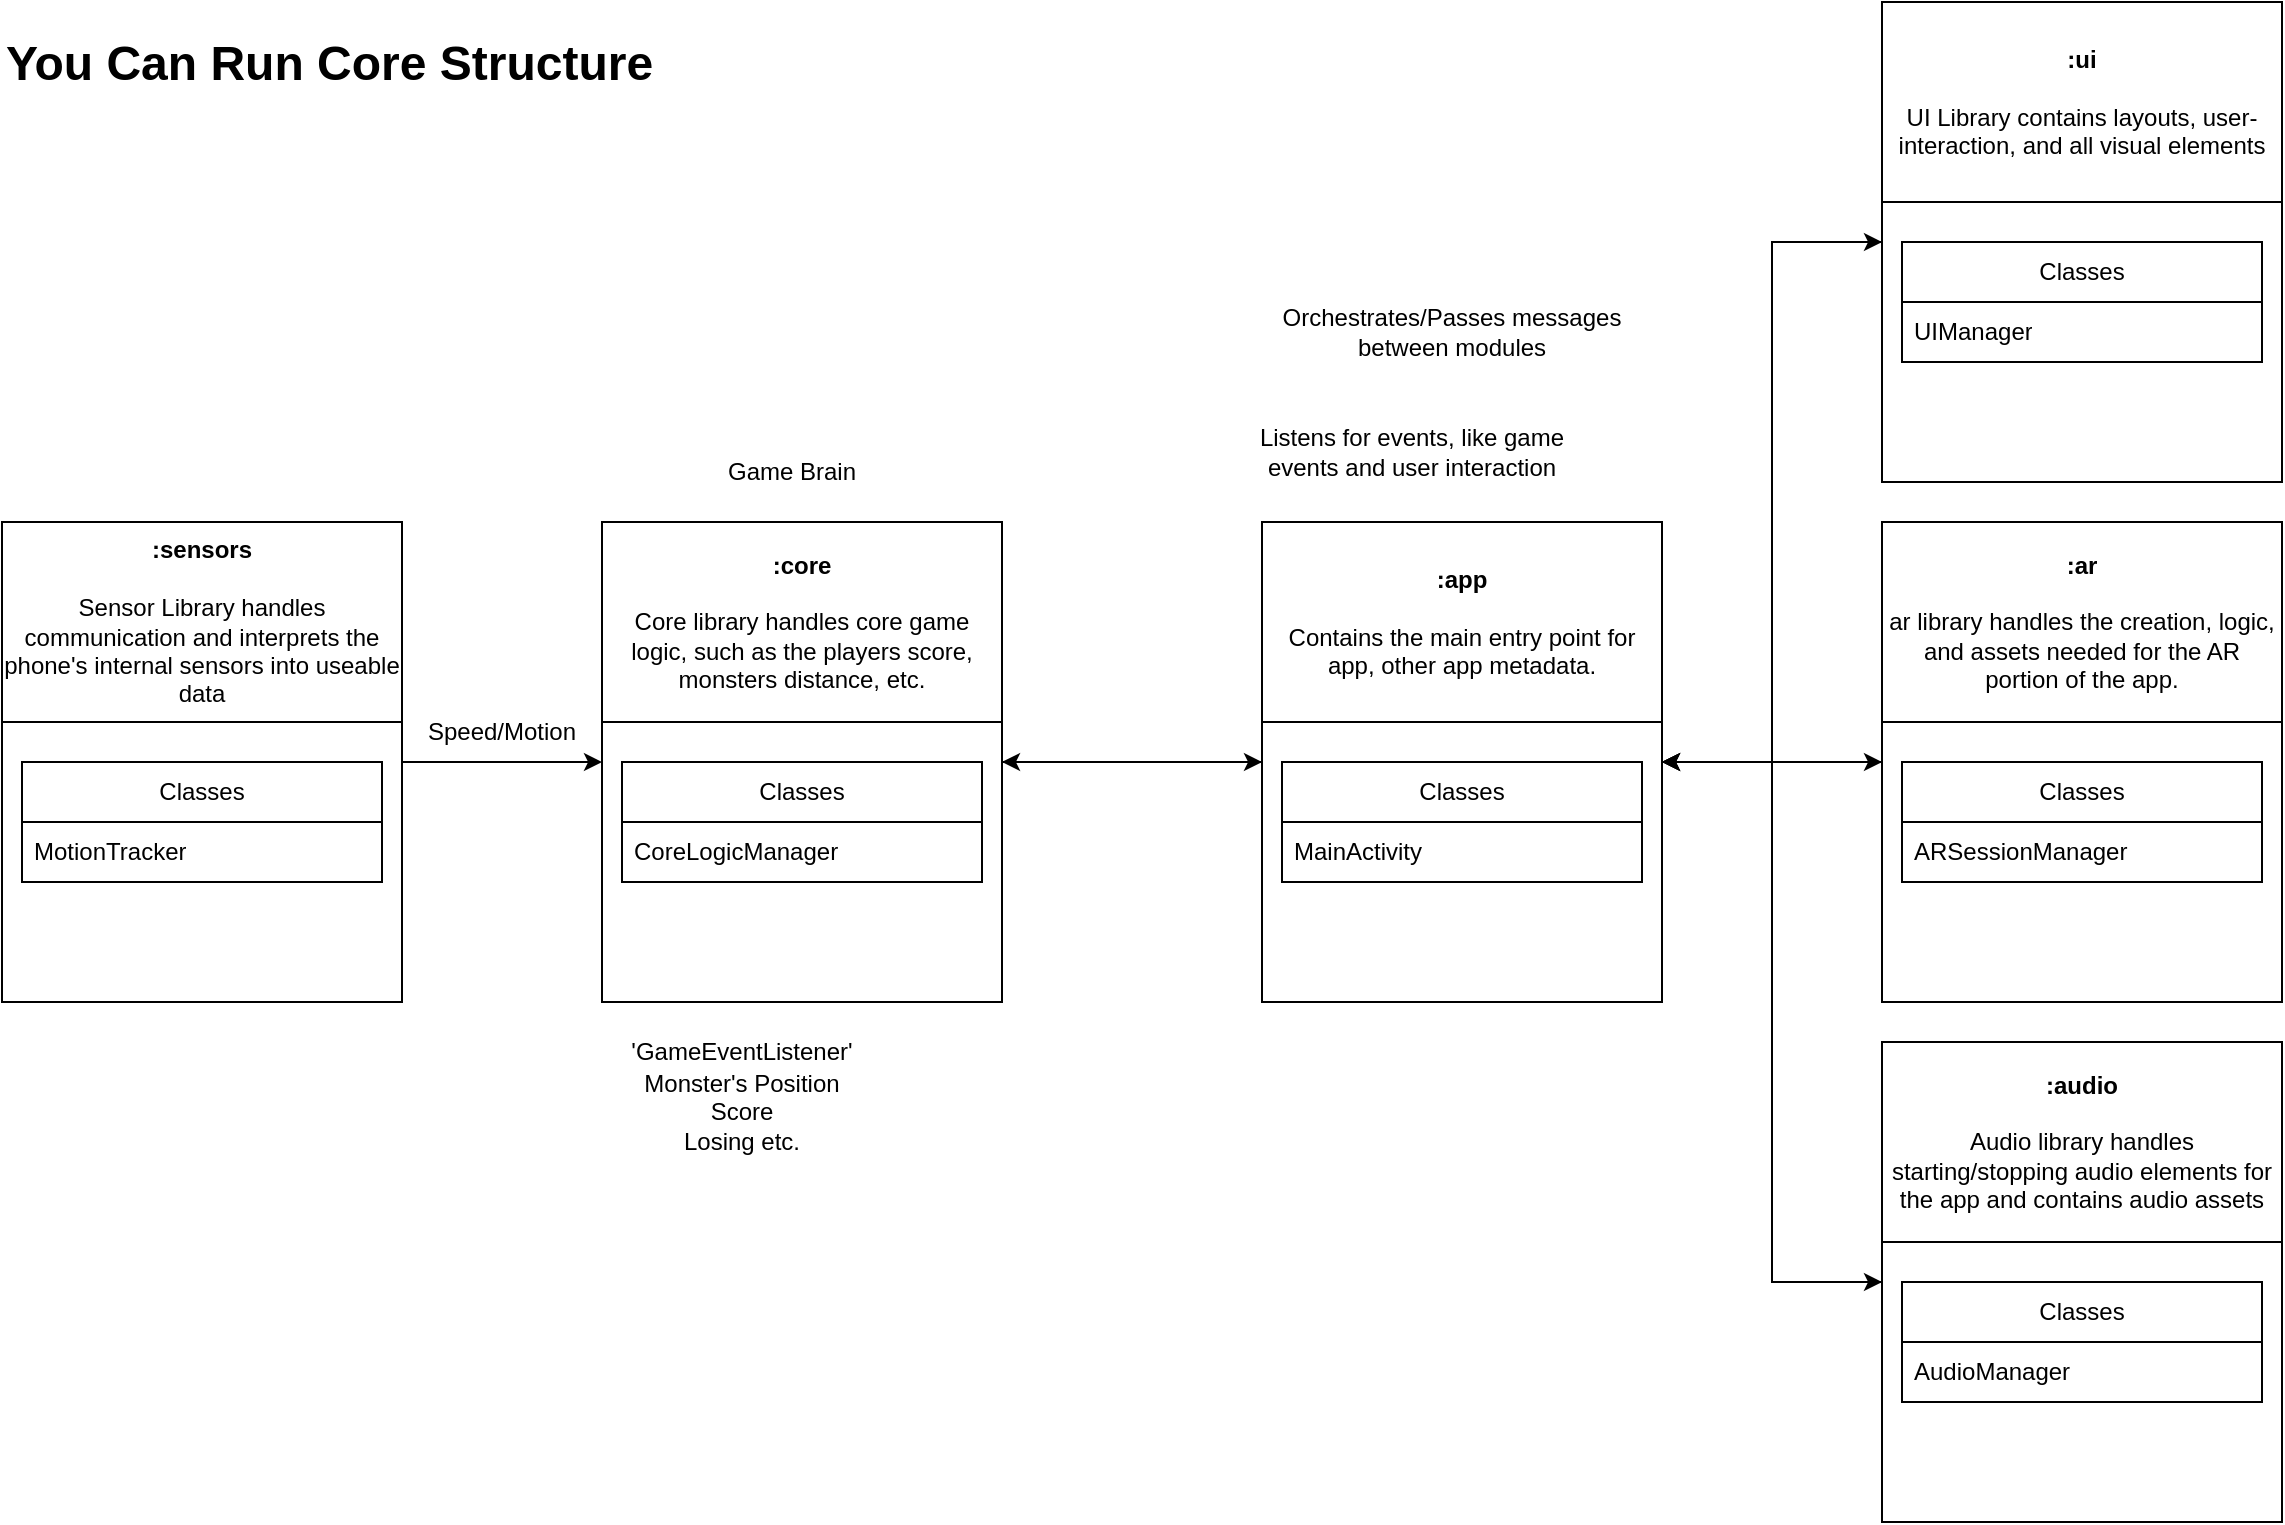
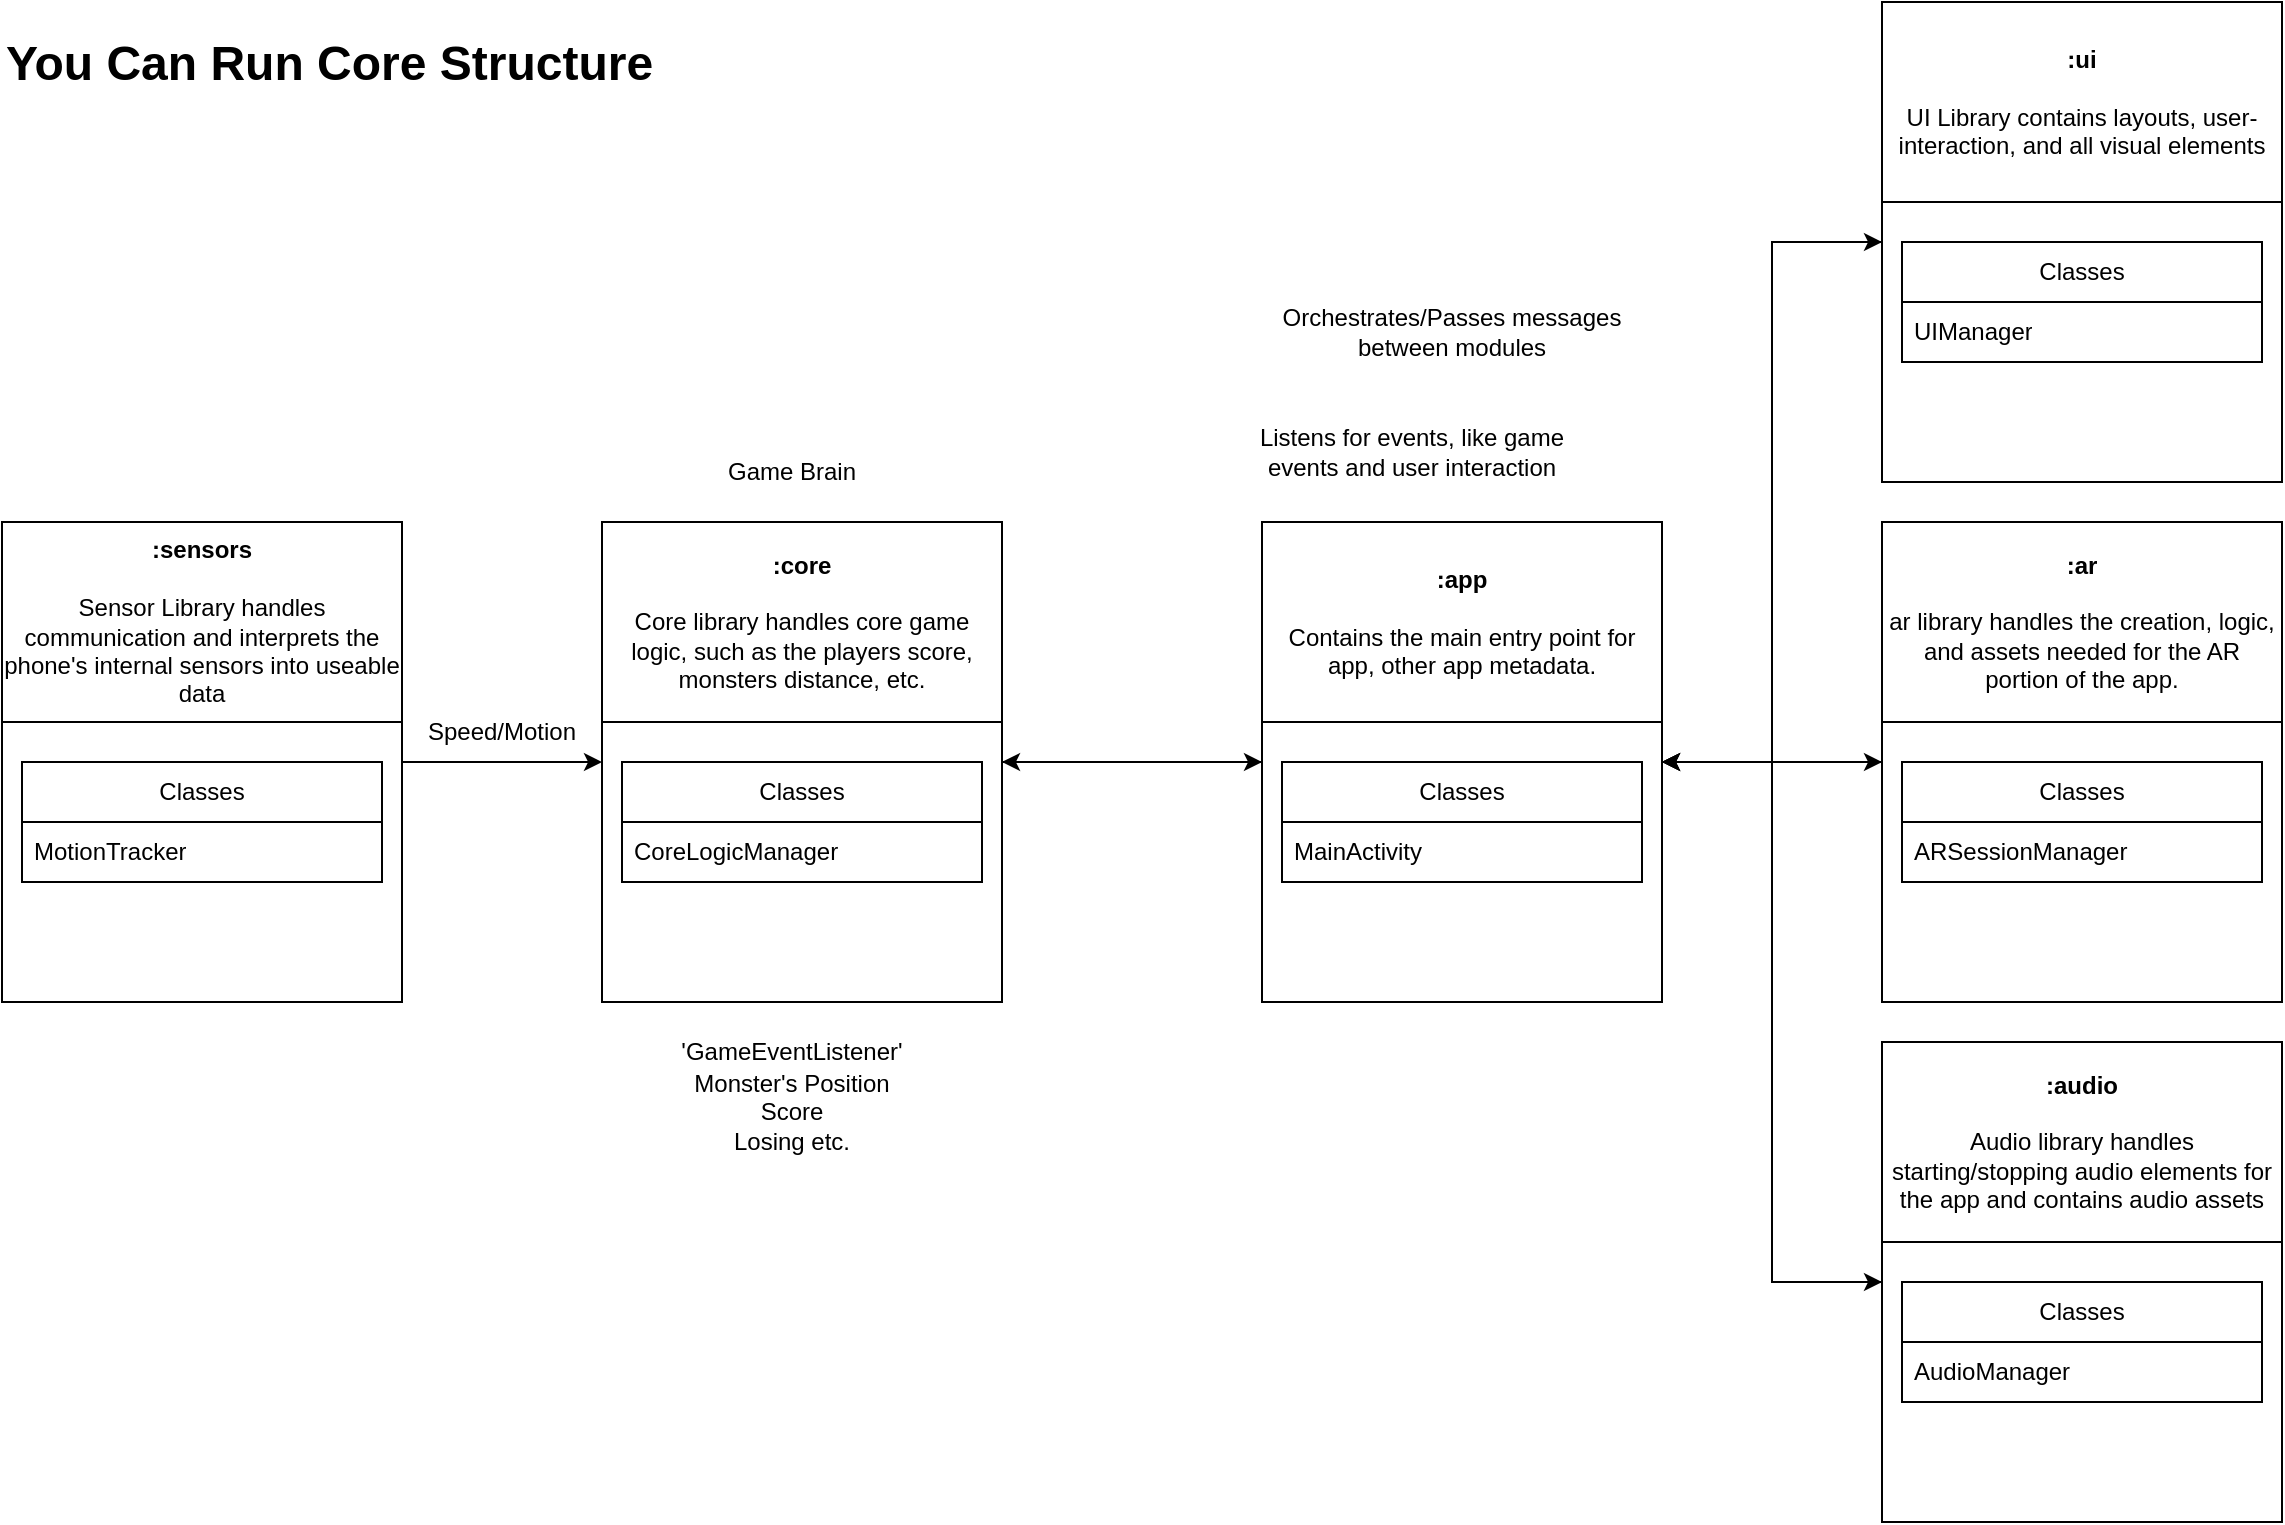
<mxfile host="app.diagrams.net" agent="Mozilla/5.0 (Windows NT 10.0; Win64; x64; rv:144.0) Gecko/20100101 Firefox/144.0" version="28.2.8">
  <diagram name="Page-1" id="x4o5FmK5M1mYU57jQ4B-">
    <mxGraphModel dx="2353" dy="868" grid="1" gridSize="10" guides="1" tooltips="1" connect="1" arrows="1" fold="1" page="1" pageScale="1" pageWidth="850" pageHeight="1100" math="0" shadow="0">
      <root>
        <mxCell id="0" />
        <mxCell id="1" parent="0" />
        <mxCell id="8nHcXKAZ5uG0m_UUr_Kl-44" style="edgeStyle=orthogonalEdgeStyle;rounded=0;orthogonalLoop=1;jettySize=auto;html=1;exitX=0;exitY=0.5;exitDx=0;exitDy=0;entryX=1;entryY=0.5;entryDx=0;entryDy=0;" edge="1" parent="1" source="isqQ4OO7kmcKETVQ4hR7-13" target="isqQ4OO7kmcKETVQ4hR7-17">
          <mxGeometry relative="1" as="geometry" />
        </mxCell>
        <mxCell id="isqQ4OO7kmcKETVQ4hR7-13" value="&lt;div&gt;&lt;b&gt;:ar&lt;/b&gt;&lt;/div&gt;&lt;div&gt;&lt;br&gt;&lt;/div&gt;&lt;div&gt;&lt;span style=&quot;font-weight: normal;&quot;&gt;ar library handles the creation, logic, and assets needed for the AR portion of the app.&lt;/span&gt;&lt;/div&gt;" style="swimlane;whiteSpace=wrap;html=1;startSize=100;" parent="1" vertex="1">
          <mxGeometry x="700" y="680" width="200" height="240" as="geometry" />
        </mxCell>
        <mxCell id="8nHcXKAZ5uG0m_UUr_Kl-2" value="Classes" style="swimlane;fontStyle=0;childLayout=stackLayout;horizontal=1;startSize=30;horizontalStack=0;resizeParent=1;resizeParentMax=0;resizeLast=0;collapsible=1;marginBottom=0;whiteSpace=wrap;html=1;" vertex="1" parent="isqQ4OO7kmcKETVQ4hR7-13">
          <mxGeometry x="10" y="120" width="180" height="60" as="geometry" />
        </mxCell>
        <mxCell id="8nHcXKAZ5uG0m_UUr_Kl-3" value="ARSessionManager" style="text;strokeColor=none;fillColor=none;align=left;verticalAlign=middle;spacingLeft=4;spacingRight=4;overflow=hidden;points=[[0,0.5],[1,0.5]];portConstraint=eastwest;rotatable=0;whiteSpace=wrap;html=1;" vertex="1" parent="8nHcXKAZ5uG0m_UUr_Kl-2">
          <mxGeometry y="30" width="180" height="30" as="geometry" />
        </mxCell>
        <mxCell id="8nHcXKAZ5uG0m_UUr_Kl-22" style="edgeStyle=orthogonalEdgeStyle;rounded=0;orthogonalLoop=1;jettySize=auto;html=1;entryX=0;entryY=0.5;entryDx=0;entryDy=0;" edge="1" parent="1" source="isqQ4OO7kmcKETVQ4hR7-15" target="isqQ4OO7kmcKETVQ4hR7-16">
          <mxGeometry relative="1" as="geometry" />
        </mxCell>
        <mxCell id="isqQ4OO7kmcKETVQ4hR7-15" value="&lt;div&gt;&lt;b&gt;:sensors&lt;/b&gt;&lt;/div&gt;&lt;div&gt;&lt;br&gt;&lt;/div&gt;&lt;div&gt;&lt;span style=&quot;font-weight: normal;&quot;&gt;Sensor Library handles communication and interprets the phone&#39;s internal sensors into useable data&lt;/span&gt;&lt;/div&gt;" style="swimlane;whiteSpace=wrap;html=1;startSize=100;" parent="1" vertex="1">
          <mxGeometry x="-240" y="680" width="200" height="240" as="geometry" />
        </mxCell>
        <mxCell id="8nHcXKAZ5uG0m_UUr_Kl-6" value="Classes" style="swimlane;fontStyle=0;childLayout=stackLayout;horizontal=1;startSize=30;horizontalStack=0;resizeParent=1;resizeParentMax=0;resizeLast=0;collapsible=1;marginBottom=0;whiteSpace=wrap;html=1;" vertex="1" parent="isqQ4OO7kmcKETVQ4hR7-15">
          <mxGeometry x="10" y="120" width="180" height="60" as="geometry" />
        </mxCell>
        <mxCell id="8nHcXKAZ5uG0m_UUr_Kl-7" value="MotionTracker" style="text;strokeColor=none;fillColor=none;align=left;verticalAlign=middle;spacingLeft=4;spacingRight=4;overflow=hidden;points=[[0,0.5],[1,0.5]];portConstraint=eastwest;rotatable=0;whiteSpace=wrap;html=1;" vertex="1" parent="8nHcXKAZ5uG0m_UUr_Kl-6">
          <mxGeometry y="30" width="180" height="30" as="geometry" />
        </mxCell>
        <mxCell id="8nHcXKAZ5uG0m_UUr_Kl-37" style="edgeStyle=orthogonalEdgeStyle;rounded=0;orthogonalLoop=1;jettySize=auto;html=1;entryX=0;entryY=0.5;entryDx=0;entryDy=0;" edge="1" parent="1" source="isqQ4OO7kmcKETVQ4hR7-16" target="isqQ4OO7kmcKETVQ4hR7-17">
          <mxGeometry relative="1" as="geometry" />
        </mxCell>
        <mxCell id="isqQ4OO7kmcKETVQ4hR7-16" value="&lt;div&gt;&lt;b&gt;:core&lt;/b&gt;&lt;/div&gt;&lt;div&gt;&lt;br&gt;&lt;/div&gt;&lt;div&gt;&lt;span style=&quot;font-weight: normal;&quot;&gt;Core library handles core game logic, such as the players score, monsters distance, etc.&lt;/span&gt;&lt;/div&gt;" style="swimlane;whiteSpace=wrap;html=1;startSize=100;" parent="1" vertex="1">
          <mxGeometry x="60" y="680" width="200" height="240" as="geometry" />
        </mxCell>
        <mxCell id="8nHcXKAZ5uG0m_UUr_Kl-8" value="Classes" style="swimlane;fontStyle=0;childLayout=stackLayout;horizontal=1;startSize=30;horizontalStack=0;resizeParent=1;resizeParentMax=0;resizeLast=0;collapsible=1;marginBottom=0;whiteSpace=wrap;html=1;" vertex="1" parent="isqQ4OO7kmcKETVQ4hR7-16">
          <mxGeometry x="10" y="120" width="180" height="60" as="geometry" />
        </mxCell>
        <mxCell id="8nHcXKAZ5uG0m_UUr_Kl-9" value="CoreLogicManager" style="text;strokeColor=none;fillColor=none;align=left;verticalAlign=middle;spacingLeft=4;spacingRight=4;overflow=hidden;points=[[0,0.5],[1,0.5]];portConstraint=eastwest;rotatable=0;whiteSpace=wrap;html=1;" vertex="1" parent="8nHcXKAZ5uG0m_UUr_Kl-8">
          <mxGeometry y="30" width="180" height="30" as="geometry" />
        </mxCell>
        <mxCell id="8nHcXKAZ5uG0m_UUr_Kl-38" style="edgeStyle=orthogonalEdgeStyle;rounded=0;orthogonalLoop=1;jettySize=auto;html=1;exitX=1;exitY=0.5;exitDx=0;exitDy=0;entryX=0;entryY=0.5;entryDx=0;entryDy=0;" edge="1" parent="1" source="isqQ4OO7kmcKETVQ4hR7-17" target="isqQ4OO7kmcKETVQ4hR7-13">
          <mxGeometry relative="1" as="geometry" />
        </mxCell>
        <mxCell id="8nHcXKAZ5uG0m_UUr_Kl-39" style="edgeStyle=orthogonalEdgeStyle;rounded=0;orthogonalLoop=1;jettySize=auto;html=1;entryX=0;entryY=0.5;entryDx=0;entryDy=0;" edge="1" parent="1" source="isqQ4OO7kmcKETVQ4hR7-17" target="isqQ4OO7kmcKETVQ4hR7-20">
          <mxGeometry relative="1" as="geometry" />
        </mxCell>
        <mxCell id="8nHcXKAZ5uG0m_UUr_Kl-40" style="edgeStyle=orthogonalEdgeStyle;rounded=0;orthogonalLoop=1;jettySize=auto;html=1;entryX=0;entryY=0.5;entryDx=0;entryDy=0;" edge="1" parent="1" source="isqQ4OO7kmcKETVQ4hR7-17" target="isqQ4OO7kmcKETVQ4hR7-18">
          <mxGeometry relative="1" as="geometry" />
        </mxCell>
        <mxCell id="8nHcXKAZ5uG0m_UUr_Kl-46" style="edgeStyle=orthogonalEdgeStyle;rounded=0;orthogonalLoop=1;jettySize=auto;html=1;exitX=0;exitY=0.5;exitDx=0;exitDy=0;entryX=1;entryY=0.5;entryDx=0;entryDy=0;" edge="1" parent="1" source="isqQ4OO7kmcKETVQ4hR7-17" target="isqQ4OO7kmcKETVQ4hR7-16">
          <mxGeometry relative="1" as="geometry" />
        </mxCell>
        <mxCell id="isqQ4OO7kmcKETVQ4hR7-17" value="&lt;div&gt;&lt;b&gt;:app&lt;/b&gt;&lt;/div&gt;&lt;div&gt;&lt;br&gt;&lt;/div&gt;&lt;div&gt;&lt;span style=&quot;font-weight: normal;&quot;&gt;Contains the main entry point for app, other app metadata.&lt;/span&gt;&lt;/div&gt;" style="swimlane;whiteSpace=wrap;html=1;startSize=100;" parent="1" vertex="1">
          <mxGeometry x="390" y="680" width="200" height="240" as="geometry" />
        </mxCell>
        <mxCell id="8nHcXKAZ5uG0m_UUr_Kl-10" value="Classes" style="swimlane;fontStyle=0;childLayout=stackLayout;horizontal=1;startSize=30;horizontalStack=0;resizeParent=1;resizeParentMax=0;resizeLast=0;collapsible=1;marginBottom=0;whiteSpace=wrap;html=1;" vertex="1" parent="isqQ4OO7kmcKETVQ4hR7-17">
          <mxGeometry x="10" y="120" width="180" height="60" as="geometry" />
        </mxCell>
        <mxCell id="8nHcXKAZ5uG0m_UUr_Kl-11" value="&lt;div&gt;MainActivity&lt;/div&gt;" style="text;strokeColor=none;fillColor=none;align=left;verticalAlign=middle;spacingLeft=4;spacingRight=4;overflow=hidden;points=[[0,0.5],[1,0.5]];portConstraint=eastwest;rotatable=0;whiteSpace=wrap;html=1;" vertex="1" parent="8nHcXKAZ5uG0m_UUr_Kl-10">
          <mxGeometry y="30" width="180" height="30" as="geometry" />
        </mxCell>
        <mxCell id="8nHcXKAZ5uG0m_UUr_Kl-45" style="edgeStyle=orthogonalEdgeStyle;rounded=0;orthogonalLoop=1;jettySize=auto;html=1;exitX=0;exitY=0.5;exitDx=0;exitDy=0;entryX=1;entryY=0.5;entryDx=0;entryDy=0;" edge="1" parent="1" source="isqQ4OO7kmcKETVQ4hR7-18" target="isqQ4OO7kmcKETVQ4hR7-17">
          <mxGeometry relative="1" as="geometry" />
        </mxCell>
        <mxCell id="isqQ4OO7kmcKETVQ4hR7-18" value="&lt;div&gt;&lt;b&gt;:audio&lt;/b&gt;&lt;/div&gt;&lt;div&gt;&lt;br&gt;&lt;/div&gt;&lt;div&gt;&lt;span style=&quot;font-weight: normal;&quot;&gt;Audio library handles starting/stopping audio elements for the app and contains audio assets&lt;/span&gt;&lt;/div&gt;" style="swimlane;whiteSpace=wrap;html=1;startSize=100;" parent="1" vertex="1">
          <mxGeometry x="700" y="940" width="200" height="240" as="geometry">
            <mxRectangle x="740" y="110" width="530" height="100" as="alternateBounds" />
          </mxGeometry>
        </mxCell>
        <mxCell id="8nHcXKAZ5uG0m_UUr_Kl-12" value="Classes" style="swimlane;fontStyle=0;childLayout=stackLayout;horizontal=1;startSize=30;horizontalStack=0;resizeParent=1;resizeParentMax=0;resizeLast=0;collapsible=1;marginBottom=0;whiteSpace=wrap;html=1;" vertex="1" parent="isqQ4OO7kmcKETVQ4hR7-18">
          <mxGeometry x="10" y="120" width="180" height="60" as="geometry" />
        </mxCell>
        <mxCell id="8nHcXKAZ5uG0m_UUr_Kl-13" value="AudioManager" style="text;strokeColor=none;fillColor=none;align=left;verticalAlign=middle;spacingLeft=4;spacingRight=4;overflow=hidden;points=[[0,0.5],[1,0.5]];portConstraint=eastwest;rotatable=0;whiteSpace=wrap;html=1;" vertex="1" parent="8nHcXKAZ5uG0m_UUr_Kl-12">
          <mxGeometry y="30" width="180" height="30" as="geometry" />
        </mxCell>
        <mxCell id="8nHcXKAZ5uG0m_UUr_Kl-43" style="edgeStyle=orthogonalEdgeStyle;rounded=0;orthogonalLoop=1;jettySize=auto;html=1;exitX=0;exitY=0.5;exitDx=0;exitDy=0;entryX=1;entryY=0.5;entryDx=0;entryDy=0;" edge="1" parent="1" source="isqQ4OO7kmcKETVQ4hR7-20" target="isqQ4OO7kmcKETVQ4hR7-17">
          <mxGeometry relative="1" as="geometry" />
        </mxCell>
        <mxCell id="isqQ4OO7kmcKETVQ4hR7-20" value="&lt;div&gt;&lt;b&gt;:ui&lt;/b&gt;&lt;/div&gt;&lt;div&gt;&lt;br&gt;&lt;/div&gt;&lt;div&gt;&lt;span style=&quot;font-weight: normal;&quot;&gt;UI Library contains layouts, user-interaction, and all visual elements&lt;/span&gt;&lt;/div&gt;" style="swimlane;whiteSpace=wrap;html=1;startSize=100;" parent="1" vertex="1">
          <mxGeometry x="700" y="420" width="200" height="240" as="geometry" />
        </mxCell>
        <mxCell id="8nHcXKAZ5uG0m_UUr_Kl-14" value="Classes" style="swimlane;fontStyle=0;childLayout=stackLayout;horizontal=1;startSize=30;horizontalStack=0;resizeParent=1;resizeParentMax=0;resizeLast=0;collapsible=1;marginBottom=0;whiteSpace=wrap;html=1;" vertex="1" parent="isqQ4OO7kmcKETVQ4hR7-20">
          <mxGeometry x="10" y="120" width="180" height="60" as="geometry" />
        </mxCell>
        <mxCell id="8nHcXKAZ5uG0m_UUr_Kl-15" value="UIManager" style="text;strokeColor=none;fillColor=none;align=left;verticalAlign=middle;spacingLeft=4;spacingRight=4;overflow=hidden;points=[[0,0.5],[1,0.5]];portConstraint=eastwest;rotatable=0;whiteSpace=wrap;html=1;" vertex="1" parent="8nHcXKAZ5uG0m_UUr_Kl-14">
          <mxGeometry y="30" width="180" height="30" as="geometry" />
        </mxCell>
        <mxCell id="8nHcXKAZ5uG0m_UUr_Kl-28" value="Speed/Motion" style="text;html=1;whiteSpace=wrap;strokeColor=none;fillColor=none;align=center;verticalAlign=middle;rounded=0;" vertex="1" parent="1">
          <mxGeometry x="-30" y="770" width="80" height="30" as="geometry" />
        </mxCell>
        <mxCell id="8nHcXKAZ5uG0m_UUr_Kl-42" value="&lt;h1 style=&quot;margin-top: 0px;&quot;&gt;You Can Run Core Structure&lt;/h1&gt;&lt;p&gt;&lt;br&gt;&lt;/p&gt;" style="text;html=1;whiteSpace=wrap;overflow=hidden;rounded=0;" vertex="1" parent="1">
          <mxGeometry x="-240" y="430" width="470" height="50" as="geometry" />
        </mxCell>
        <mxCell id="8nHcXKAZ5uG0m_UUr_Kl-47" value="Orchestrates/Passes messages between modules" style="text;html=1;whiteSpace=wrap;strokeColor=none;fillColor=none;align=center;verticalAlign=middle;rounded=0;" vertex="1" parent="1">
          <mxGeometry x="390" y="570" width="190" height="30" as="geometry" />
        </mxCell>
        <mxCell id="8nHcXKAZ5uG0m_UUr_Kl-48" value="Listens for events, like game events and user interaction" style="text;html=1;whiteSpace=wrap;strokeColor=none;fillColor=none;align=center;verticalAlign=middle;rounded=0;" vertex="1" parent="1">
          <mxGeometry x="380" y="630" width="170" height="30" as="geometry" />
        </mxCell>
        <mxCell id="8nHcXKAZ5uG0m_UUr_Kl-49" value="Game Brain" style="text;html=1;whiteSpace=wrap;strokeColor=none;fillColor=none;align=center;verticalAlign=middle;rounded=0;" vertex="1" parent="1">
          <mxGeometry x="100" y="640" width="110" height="30" as="geometry" />
        </mxCell>
        <mxCell id="8nHcXKAZ5uG0m_UUr_Kl-50" value="&lt;div&gt;&#39;GameEventListener&#39;&lt;/div&gt;" style="text;html=1;whiteSpace=wrap;strokeColor=none;fillColor=none;align=center;verticalAlign=middle;rounded=0;" vertex="1" parent="1">
-           <mxGeometry x="50" y="930" width="160" height="30" as="geometry" />
+           <mxGeometry x="75" y="930" width="160" height="30" as="geometry" />
        </mxCell>
        <mxCell id="8nHcXKAZ5uG0m_UUr_Kl-51" value="&lt;div&gt;Monster&#39;s Position&lt;/div&gt;&lt;div&gt;Score&lt;/div&gt;&lt;div&gt;Losing etc.&lt;/div&gt;" style="text;html=1;whiteSpace=wrap;strokeColor=none;fillColor=none;align=center;verticalAlign=middle;rounded=0;" vertex="1" parent="1">
-           <mxGeometry x="50" y="960" width="160" height="30" as="geometry" />
+           <mxGeometry x="75" y="960" width="160" height="30" as="geometry" />
        </mxCell>
      </root>
    </mxGraphModel>
  </diagram>
</mxfile>
